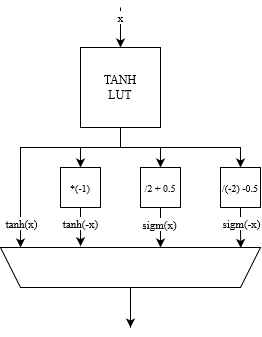
Above: slides/images/ACTU_alpha.drawio.png in AlessandroVaraldi/LSTM_ACCELERATOR (draw.io), before the change. Source tidied: cells renumbered, new cells last; positions are measured from the earlier drawing's top-left corner, leaving out a move shared by most shapes. The source it was exported from:
```xml
<mxGraphModel>
  <root>
    <mxCell id="0" />
    <mxCell id="1" parent="0" />
    <mxCell id="2" style="edgeStyle=orthogonalEdgeStyle;rounded=0;jettySize=auto;html=1;entryX=0.5;entryY=0;entryDx=0;entryDy=0;" parent="1" edge="1" source="7" target="10">
      <mxGeometry relative="1" as="geometry" />
    </mxCell>
    <mxCell id="3" style="edgeStyle=orthogonalEdgeStyle;rounded=0;jettySize=auto;html=1;entryX=0.5;entryY=0;entryDx=0;entryDy=0;" parent="1" edge="1" source="7" target="11">
      <mxGeometry relative="1" as="geometry" />
    </mxCell>
    <mxCell id="4" style="edgeStyle=orthogonalEdgeStyle;rounded=0;jettySize=auto;html=1;entryX=0.5;entryY=0;entryDx=0;entryDy=0;" parent="1" edge="1" source="7" target="12">
      <mxGeometry relative="1" as="geometry">
        <Array as="points">
          <mxPoint x="120" y="140" />
          <mxPoint x="240" y="140" />
        </Array>
      </mxGeometry>
    </mxCell>
    <mxCell id="5" style="edgeStyle=orthogonalEdgeStyle;rounded=0;jettySize=auto;html=1;entryX=0.923;entryY=1;entryDx=0;entryDy=0;entryPerimeter=0;" parent="1" edge="1" source="7" target="9">
      <mxGeometry relative="1" as="geometry">
        <Array as="points">
          <mxPoint x="120" y="140" />
          <mxPoint x="20" y="140" />
        </Array>
      </mxGeometry>
    </mxCell>
    <mxCell id="6" value="tanh(x)" style="edgeLabel;html=1;align=center;verticalAlign=middle;" parent="5" vertex="1">
      <mxGeometry x="0.75" y="1" relative="1" as="geometry">
        <mxPoint y="3" as="offset" />
      </mxGeometry>
    </mxCell>
    <mxCell id="7" value="&lt;div&gt;TANH&lt;/div&gt;&lt;div&gt;LUT&lt;/div&gt;" style="whiteSpace=wrap;html=1;" parent="1" vertex="1">
      <mxGeometry x="80" y="40" width="80" height="80" as="geometry" />
    </mxCell>
    <mxCell id="8" style="edgeStyle=orthogonalEdgeStyle;rounded=0;jettySize=auto;html=1;" parent="1" edge="1" source="9">
      <mxGeometry relative="1" as="geometry">
        <mxPoint x="130" y="320" as="targetPoint" />
      </mxGeometry>
    </mxCell>
    <mxCell id="9" style="shape=trapezoid;perimeter=trapezoidPerimeter;whiteSpace=wrap;html=1;fixedSize=1;rotation=-180;" parent="1" vertex="1">
      <mxGeometry y="240" width="260" height="40" as="geometry" />
    </mxCell>
    <mxCell id="10" value="&lt;font style=&quot;font-size: 10px;&quot;&gt;*(-1)&lt;/font&gt;" style="whiteSpace=wrap;html=1;" parent="1" vertex="1">
      <mxGeometry x="60" y="160" width="40" height="40" as="geometry" />
    </mxCell>
    <mxCell id="11" value="&lt;font style=&quot;font-size: 10px;&quot;&gt;/2 + 0.5&lt;/font&gt;" style="whiteSpace=wrap;html=1;" parent="1" vertex="1">
      <mxGeometry x="140" y="160" width="40" height="40" as="geometry" />
    </mxCell>
    <mxCell id="12" value="&lt;font style=&quot;font-size: 10px;&quot;&gt;/(-2) -0.5&lt;/font&gt;" style="whiteSpace=wrap;html=1;" parent="1" vertex="1">
      <mxGeometry x="220" y="160" width="40" height="40" as="geometry" />
    </mxCell>
    <mxCell id="13" style="edgeStyle=orthogonalEdgeStyle;rounded=0;jettySize=auto;html=1;entryX=0.692;entryY=1.032;entryDx=0;entryDy=0;entryPerimeter=0;" parent="1" edge="1" source="10" target="9">
      <mxGeometry relative="1" as="geometry" />
    </mxCell>
    <mxCell id="14" value="tanh(-x)" style="edgeLabel;html=1;align=center;verticalAlign=middle;" parent="13" vertex="1">
      <mxGeometry x="-0.18" y="2" relative="1" as="geometry">
        <mxPoint x="-2" as="offset" />
      </mxGeometry>
    </mxCell>
    <mxCell id="15" style="edgeStyle=orthogonalEdgeStyle;rounded=0;jettySize=auto;html=1;" parent="1" edge="1" source="11">
      <mxGeometry relative="1" as="geometry">
        <mxPoint x="160" y="240" as="targetPoint" />
      </mxGeometry>
    </mxCell>
    <mxCell id="16" value="sigm(x)" style="edgeLabel;html=1;align=center;verticalAlign=middle;" parent="15" vertex="1">
      <mxGeometry x="-0.19" y="-1" relative="1" as="geometry" />
    </mxCell>
    <mxCell id="17" style="edgeStyle=orthogonalEdgeStyle;rounded=0;jettySize=auto;html=1;entryX=0.076;entryY=0.989;entryDx=0;entryDy=0;entryPerimeter=0;" parent="1" edge="1" source="12" target="9">
      <mxGeometry relative="1" as="geometry" />
    </mxCell>
    <mxCell id="18" value="sigm(-x)" style="edgeLabel;html=1;align=center;verticalAlign=middle;" parent="17" vertex="1">
      <mxGeometry x="0.09" y="-2" relative="1" as="geometry">
        <mxPoint x="2" y="-6" as="offset" />
      </mxGeometry>
    </mxCell>
    <mxCell id="19" style="endArrow=classic;html=1;rounded=0;entryX=0.5;entryY=0;entryDx=0;entryDy=0;" parent="1" edge="1" target="7">
      <mxGeometry relative="1" as="geometry">
        <mxPoint x="120" as="sourcePoint" />
      </mxGeometry>
    </mxCell>
    <mxCell id="20" value="x" style="edgeLabel;html=1;align=center;verticalAlign=middle;" parent="19" vertex="1">
      <mxGeometry x="-0.26" y="-2" relative="1" as="geometry">
        <mxPoint x="2" y="-5" as="offset" />
      </mxGeometry>
    </mxCell>
  </root>
</mxGraphModel>
```
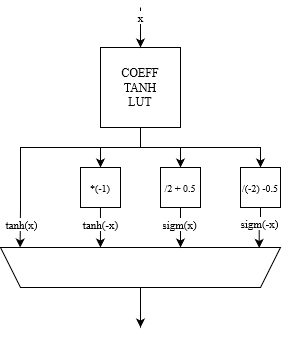
Later version of the same file.

The edit, as a diff of the source:
```diff
@@ -2,44 +2,49 @@
   <root>
     <mxCell id="0" />
     <mxCell id="1" parent="0" />
-    <mxCell id="2" style="edgeStyle=orthogonalEdgeStyle;rounded=0;jettySize=auto;html=1;entryX=0.5;entryY=0;entryDx=0;entryDy=0;" parent="1" edge="1" source="7" target="10">
-      <mxGeometry relative="1" as="geometry" />
-    </mxCell>
-    <mxCell id="3" style="edgeStyle=orthogonalEdgeStyle;rounded=0;jettySize=auto;html=1;entryX=0.5;entryY=0;entryDx=0;entryDy=0;" parent="1" edge="1" source="7" target="11">
-      <mxGeometry relative="1" as="geometry" />
-    </mxCell>
-    <mxCell id="4" style="edgeStyle=orthogonalEdgeStyle;rounded=0;jettySize=auto;html=1;entryX=0.5;entryY=0;entryDx=0;entryDy=0;" parent="1" edge="1" source="7" target="12">
-      <mxGeometry relative="1" as="geometry">
-        <Array as="points">
-          <mxPoint x="120" y="140" />
-          <mxPoint x="240" y="140" />
-        </Array>
-      </mxGeometry>
-    </mxCell>
-    <mxCell id="5" style="edgeStyle=orthogonalEdgeStyle;rounded=0;jettySize=auto;html=1;entryX=0.923;entryY=1;entryDx=0;entryDy=0;entryPerimeter=0;" parent="1" edge="1" source="7" target="9">
-      <mxGeometry relative="1" as="geometry">
-        <Array as="points">
-          <mxPoint x="120" y="140" />
-          <mxPoint x="20" y="140" />
-        </Array>
-      </mxGeometry>
-    </mxCell>
+    <mxCell id="21" style="edgeStyle=orthogonalEdgeStyle;rounded=0;jettySize=auto;html=1;entryX=0.5;entryY=0;entryDx=0;entryDy=0;" parent="1" edge="1" source="25" target="10">
+      <mxGeometry relative="1" as="geometry" />
+    </mxCell>
+    <mxCell id="22" style="edgeStyle=orthogonalEdgeStyle;rounded=0;jettySize=auto;html=1;entryX=0.5;entryY=0;entryDx=0;entryDy=0;" parent="1" edge="1" source="25" target="11">
+      <mxGeometry relative="1" as="geometry" />
+    </mxCell>
+    <mxCell id="23" style="edgeStyle=orthogonalEdgeStyle;rounded=0;jettySize=auto;html=1;entryX=0.5;entryY=0;entryDx=0;entryDy=0;" parent="1" edge="1" source="25" target="12">
+      <mxGeometry relative="1" as="geometry">
+        <Array as="points">
+          <mxPoint x="120" y="140" />
+          <mxPoint x="240" y="140" />
+        </Array>
+      </mxGeometry>
+    </mxCell>
+    <mxCell id="24" style="edgeStyle=orthogonalEdgeStyle;rounded=0;jettySize=auto;html=1;entryX=0.93;entryY=1;entryDx=0;entryDy=0;entryPerimeter=0;" parent="1" edge="1" source="25" target="27">
+      <mxGeometry relative="1" as="geometry">
+        <Array as="points">
+          <mxPoint x="120" y="140" />
+          <mxPoint y="140" />
+          <mxPoint y="200" />
+        </Array>
+      </mxGeometry>
+    </mxCell>
-    <mxCell id="6" value="tanh(x)" style="edgeLabel;html=1;align=center;verticalAlign=middle;" parent="5" vertex="1">
+    <mxCell id="6" value="tanh(x)" style="edgeLabel;html=1;align=center;verticalAlign=middle;" parent="24" vertex="1">
       <mxGeometry x="0.75" y="1" relative="1" as="geometry">
-        <mxPoint y="3" as="offset" />
+        <mxPoint y="7" as="offset" />
       </mxGeometry>
     </mxCell>
-    <mxCell id="7" value="&lt;div&gt;TANH&lt;/div&gt;&lt;div&gt;LUT&lt;/div&gt;" style="whiteSpace=wrap;html=1;" parent="1" vertex="1">
-      <mxGeometry x="80" y="40" width="80" height="80" as="geometry" />
-    </mxCell>
-    <mxCell id="8" style="edgeStyle=orthogonalEdgeStyle;rounded=0;jettySize=auto;html=1;" parent="1" edge="1" source="9">
-      <mxGeometry relative="1" as="geometry">
-        <mxPoint x="130" y="320" as="targetPoint" />
-      </mxGeometry>
-    </mxCell>
-    <mxCell id="9" style="shape=trapezoid;perimeter=trapezoidPerimeter;whiteSpace=wrap;html=1;fixedSize=1;rotation=-180;" parent="1" vertex="1">
-      <mxGeometry y="240" width="260" height="40" as="geometry" />
-    </mxCell>
+    <mxCell id="25" value="&lt;div&gt;COEFF&lt;/div&gt;&lt;div&gt;TANH&lt;/div&gt;&lt;div&gt;LUT&lt;/div&gt;" style="whiteSpace=wrap;html=1;" parent="1" vertex="1">
+      <mxGeometry x="80" y="40" width="80" height="80" as="geometry" />
+    </mxCell>
+    <mxCell id="26" style="edgeStyle=orthogonalEdgeStyle;rounded=0;jettySize=auto;html=1;" parent="1" edge="1" source="27">
+      <mxGeometry relative="1" as="geometry">
+        <mxPoint x="120" y="320" as="targetPoint" />
+        <Array as="points">
+          <mxPoint x="120" y="310" />
+          <mxPoint x="120" y="310" />
+        </Array>
+      </mxGeometry>
+    </mxCell>
+    <mxCell id="27" style="shape=trapezoid;perimeter=trapezoidPerimeter;whiteSpace=wrap;html=1;fixedSize=1;rotation=-180;" parent="1" vertex="1">
+      <mxGeometry x="-20" y="240" width="280" height="40" as="geometry" />
+    </mxCell>
     <mxCell id="10" value="&lt;font style=&quot;font-size: 10px;&quot;&gt;*(-1)&lt;/font&gt;" style="whiteSpace=wrap;html=1;" parent="1" vertex="1">
       <mxGeometry x="60" y="160" width="40" height="40" as="geometry" />
     </mxCell>
@@ -49,36 +54,36 @@
     <mxCell id="12" value="&lt;font style=&quot;font-size: 10px;&quot;&gt;/(-2) -0.5&lt;/font&gt;" style="whiteSpace=wrap;html=1;" parent="1" vertex="1">
       <mxGeometry x="220" y="160" width="40" height="40" as="geometry" />
     </mxCell>
-    <mxCell id="13" style="edgeStyle=orthogonalEdgeStyle;rounded=0;jettySize=auto;html=1;entryX=0.692;entryY=1.032;entryDx=0;entryDy=0;entryPerimeter=0;" parent="1" edge="1" source="10" target="9">
-      <mxGeometry relative="1" as="geometry" />
-    </mxCell>
+    <mxCell id="28" style="edgeStyle=orthogonalEdgeStyle;rounded=0;jettySize=auto;html=1;entryX=0.643;entryY=1;entryDx=0;entryDy=0;entryPerimeter=0;" parent="1" edge="1" source="10" target="27">
+      <mxGeometry relative="1" as="geometry" />
+    </mxCell>
-    <mxCell id="14" value="tanh(-x)" style="edgeLabel;html=1;align=center;verticalAlign=middle;" parent="13" vertex="1">
+    <mxCell id="14" value="tanh(-x)" style="edgeLabel;html=1;align=center;verticalAlign=middle;" parent="28" vertex="1">
       <mxGeometry x="-0.18" y="2" relative="1" as="geometry">
         <mxPoint x="-2" as="offset" />
       </mxGeometry>
     </mxCell>
-    <mxCell id="15" style="edgeStyle=orthogonalEdgeStyle;rounded=0;jettySize=auto;html=1;" parent="1" edge="1" source="11">
-      <mxGeometry relative="1" as="geometry">
-        <mxPoint x="160" y="240" as="targetPoint" />
-      </mxGeometry>
-    </mxCell>
+    <mxCell id="29" style="edgeStyle=orthogonalEdgeStyle;rounded=0;jettySize=auto;html=1;" parent="1" edge="1" source="11">
+      <mxGeometry relative="1" as="geometry">
+        <mxPoint x="160" y="240" as="targetPoint" />
+      </mxGeometry>
+    </mxCell>
-    <mxCell id="16" value="sigm(x)" style="edgeLabel;html=1;align=center;verticalAlign=middle;" parent="15" vertex="1">
+    <mxCell id="16" value="sigm(x)" style="edgeLabel;html=1;align=center;verticalAlign=middle;" parent="29" vertex="1">
       <mxGeometry x="-0.19" y="-1" relative="1" as="geometry" />
     </mxCell>
-    <mxCell id="17" style="edgeStyle=orthogonalEdgeStyle;rounded=0;jettySize=auto;html=1;entryX=0.076;entryY=0.989;entryDx=0;entryDy=0;entryPerimeter=0;" parent="1" edge="1" source="12" target="9">
-      <mxGeometry relative="1" as="geometry" />
-    </mxCell>
+    <mxCell id="30" style="edgeStyle=orthogonalEdgeStyle;rounded=0;jettySize=auto;html=1;entryX=0.076;entryY=0.989;entryDx=0;entryDy=0;entryPerimeter=0;" parent="1" edge="1" source="12" target="27">
+      <mxGeometry relative="1" as="geometry" />
+    </mxCell>
-    <mxCell id="18" value="sigm(-x)" style="edgeLabel;html=1;align=center;verticalAlign=middle;" parent="17" vertex="1">
+    <mxCell id="18" value="sigm(-x)" style="edgeLabel;html=1;align=center;verticalAlign=middle;" parent="30" vertex="1">
       <mxGeometry x="0.09" y="-2" relative="1" as="geometry">
         <mxPoint x="2" y="-6" as="offset" />
       </mxGeometry>
     </mxCell>
-    <mxCell id="19" style="endArrow=classic;html=1;rounded=0;entryX=0.5;entryY=0;entryDx=0;entryDy=0;" parent="1" edge="1" target="7">
-      <mxGeometry relative="1" as="geometry">
-        <mxPoint x="120" as="sourcePoint" />
-      </mxGeometry>
-    </mxCell>
+    <mxCell id="31" style="endArrow=classic;html=1;rounded=0;entryX=0.5;entryY=0;entryDx=0;entryDy=0;" parent="1" edge="1" target="25">
+      <mxGeometry relative="1" as="geometry">
+        <mxPoint x="120" as="sourcePoint" />
+      </mxGeometry>
+    </mxCell>
-    <mxCell id="20" value="x" style="edgeLabel;html=1;align=center;verticalAlign=middle;" parent="19" vertex="1">
+    <mxCell id="20" value="x" style="edgeLabel;html=1;align=center;verticalAlign=middle;" parent="31" vertex="1">
       <mxGeometry x="-0.26" y="-2" relative="1" as="geometry">
         <mxPoint x="2" y="-5" as="offset" />
       </mxGeometry>
```
